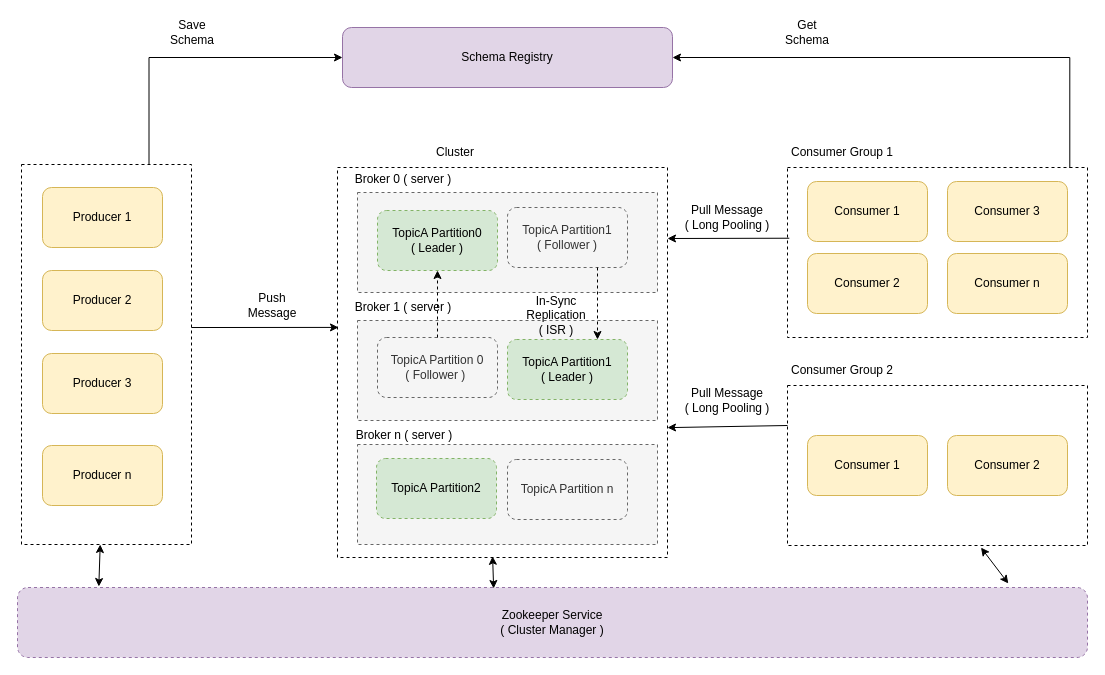
The draw.io diagram src/1_HLDDesignComponents/4_MessageBrokers/assests/Kafka-Architecture.drawio in Anshul619/HLD-System-Designs, before the edit. Source tidied: cells renumbered, new cells numbered last; positions are measured from the earlier drawing's top-left corner, leaving out a move shared by most shapes. Both pictures are drawn from the tidied source at 100%, with x=0, y=0 at pixel (17, 17).
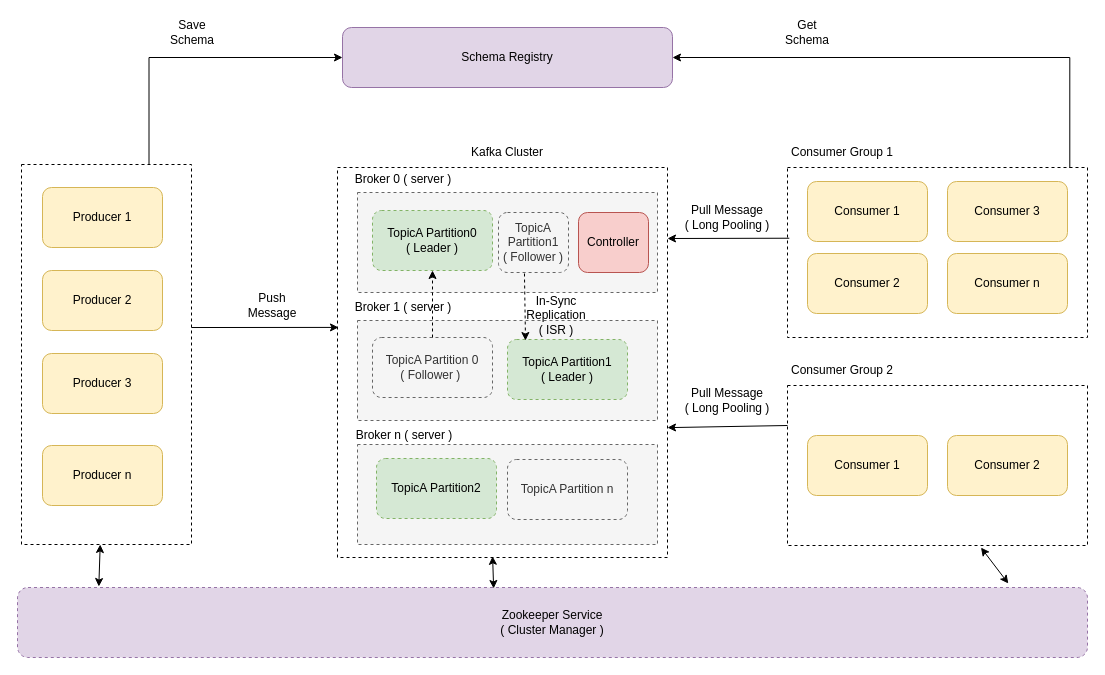
Above is the later version.

Unchanged cells that the change refers to:
```xml
<mxCell id="15" value="TopicA Partition1&lt;br&gt;( Leader )" style="rounded=1;whiteSpace=wrap;html=1;dashed=1;fillColor=#d5e8d4;strokeColor=#82b366;" parent="1" vertex="1">
  <mxGeometry x="490" y="322" width="120" height="60" as="geometry" />
</mxCell>
```

Change to the diagram source:
```diff
@@
-    <mxCell id="5" value="Cluster" style="text;html=1;strokeColor=none;fillColor=none;align=center;verticalAlign=middle;whiteSpace=wrap;rounded=0;dashed=1;" parent="1" vertex="1">
-      <mxGeometry x="408" y="120" width="60" height="30" as="geometry" />
+    <mxCell id="5" value="Kafka Cluster" style="text;html=1;strokeColor=none;fillColor=none;align=center;verticalAlign=middle;whiteSpace=wrap;rounded=0;dashed=1;" parent="1" vertex="1">
+      <mxGeometry x="414" y="120" width="152" height="30" as="geometry" />
     </mxCell>
@@
     <mxCell id="11" value="TopicA Partition0 &lt;br&gt;( Leader )" style="rounded=1;whiteSpace=wrap;html=1;dashed=1;fillColor=#d5e8d4;strokeColor=#82b366;" parent="1" vertex="1">
-      <mxGeometry x="360" y="193" width="120" height="60" as="geometry" />
+      <mxGeometry x="355" y="193" width="120" height="60" as="geometry" />
     </mxCell>
@@
     <mxCell id="13" value="TopicA Partition1 &lt;br&gt;( Follower )" style="rounded=1;whiteSpace=wrap;html=1;dashed=1;fillColor=#f5f5f5;strokeColor=#666666;fontColor=#333333;" parent="1" vertex="1">
-      <mxGeometry x="490" y="190" width="120" height="60" as="geometry" />
+      <mxGeometry x="481" y="195" width="70" height="60" as="geometry" />
     </mxCell>
@@
     <mxCell id="17" value="TopicA Partition 0 &lt;br&gt;( Follower )&amp;nbsp;" style="rounded=1;whiteSpace=wrap;html=1;dashed=1;fillColor=#f5f5f5;strokeColor=#666666;fontColor=#333333;" parent="1" vertex="1">
-      <mxGeometry x="360" y="320" width="120" height="60" as="geometry" />
+      <mxGeometry x="355" y="320" width="120" height="60" as="geometry" />
     </mxCell>
@@
-    <mxCell id="34" style="endArrow=classic;html=1;rounded=0;exitX=0.75;exitY=1;exitDx=0;exitDy=0;entryX=0.75;entryY=0;entryDx=0;entryDy=0;dashed=1;" parent="1" edge="1" source="13" target="15">
+    <mxCell id="34" style="endArrow=classic;html=1;rounded=0;exitX=0.371;exitY=1.017;exitDx=0;exitDy=0;entryX=0.15;entryY=0.017;entryDx=0;entryDy=0;dashed=1;exitPerimeter=0;entryPerimeter=0;" parent="1" edge="1" source="13" target="15">
       <mxGeometry relative="1" as="geometry" />
     </mxCell>
@@
+    <mxCell id="49" value="Controller" style="rounded=1;whiteSpace=wrap;html=1;fillColor=#f8cecc;strokeColor=#b85450;" parent="1" vertex="1">
+      <mxGeometry x="561" y="195" width="70" height="60" as="geometry" />
+    </mxCell>
```
